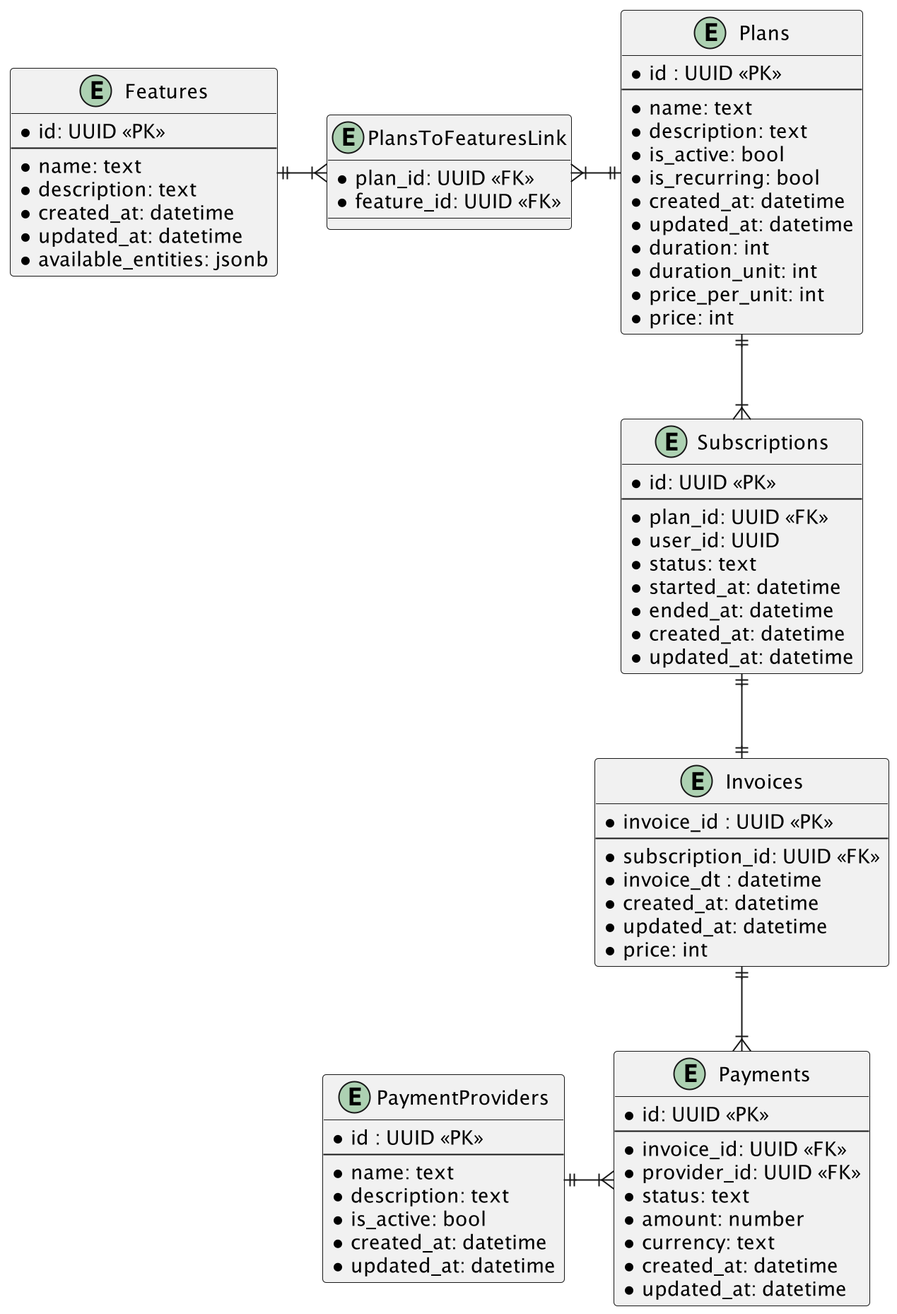
AlexanderZharyuk/billing-service keeps this PlantUML diagram as architecture/db_entities.png. Above is the earlier version. Its source is kept beside it as architecture/db_entities.puml.
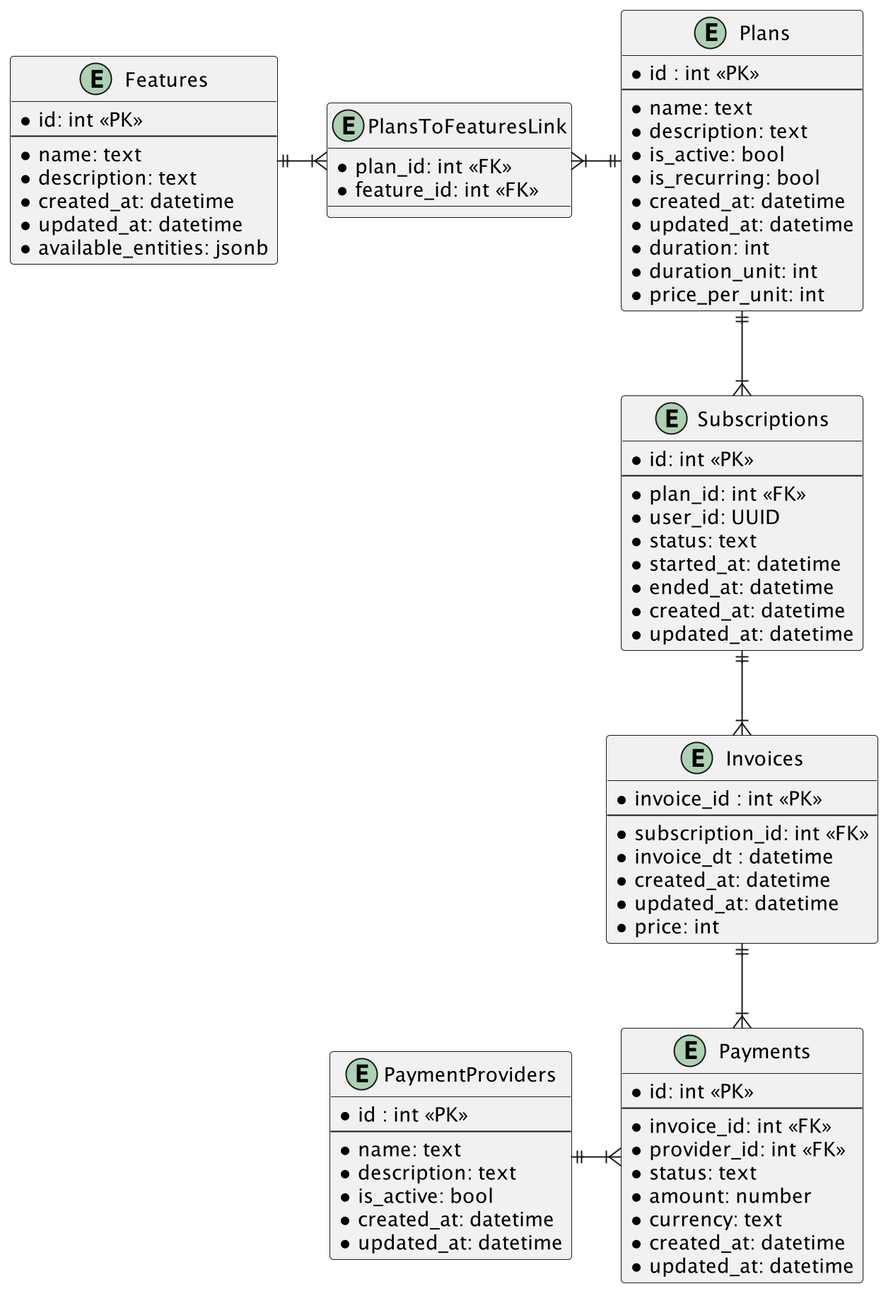
Later version of the same file.

Commit message:
[diploma][task #2] models were corrected 0.4

The edit, as a diff of the source:
```diff
@@ -2,9 +2,9 @@
 skinparam linetype ortho
 
 entity "Invoices" as invoice {
-  *invoice_id : UUID <<PK>>
+  *invoice_id : int <<PK>>
   --
-  *subscription_id: UUID <<FK>>
+  *subscription_id: int <<FK>>
   *invoice_dt : datetime
   *created_at: datetime
   *updated_at: datetime
@@ -12,9 +12,9 @@
 }
 
 entity "Subscriptions" as subscription {
-  *id: UUID <<PK>>
+  *id: int <<PK>>
   --
-  *plan_id: UUID <<FK>>
+  *plan_id: int <<FK>>
   *user_id: UUID
   *status: text
   *started_at: datetime
@@ -24,7 +24,7 @@
 }
 
 entity "Plans" as plan {
-  *id : UUID <<PK>>
+  *id : int <<PK>>
   --
   *name: text
   *description: text
@@ -35,15 +35,14 @@
   *duration: int
   *duration_unit: int
   *price_per_unit: int
-  *price: int
 }
 
 
 entity "Payments" as payment {
-  *id: UUID <<PK>>
+  *id: int <<PK>>
   --
-  *invoice_id: UUID <<FK>>
-  *provider_id: UUID <<FK>>
+  *invoice_id: int <<FK>>
+  *provider_id: int <<FK>>
   *status: text
   *amount: number
   *currency: text
@@ -53,7 +52,7 @@
 
 
 entity "PaymentProviders" as provider {
-  *id : UUID <<PK>>
+  *id : int <<PK>>
   --
   *name: text
   *description: text
@@ -64,7 +63,7 @@
 
 
 entity "Features" as feature{
-  *id: UUID <<PK>>
+  *id: int <<PK>>
   --
   *name: text
   *description: text
@@ -75,11 +74,11 @@
 
 
 entity "PlansToFeaturesLink" as plan_features {
-  *plan_id: UUID <<FK>>
-  *feature_id: UUID <<FK>>
+  *plan_id: int <<FK>>
+  *feature_id: int <<FK>>
 }
 
-invoice ||-up-|| subscription
+invoice }|-up-|| subscription
 subscription }|-up-|| plan
 invoice ||--|{ payment
 payment }|-left-|| provider
```
